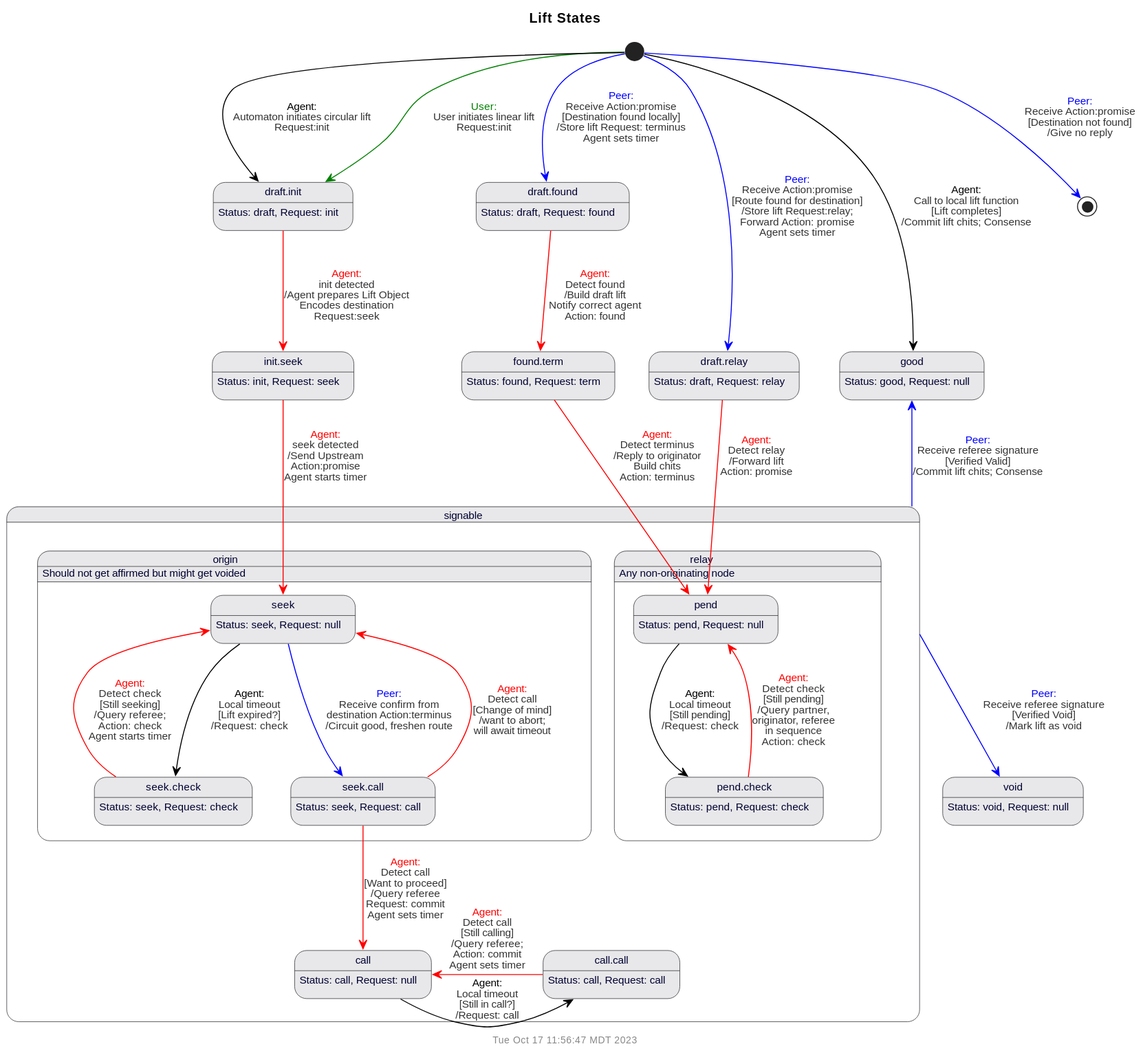
Before: doc/uml/state-lift.svg, a diagram exported from PlantUML (gotchoices/MyCHIPs).
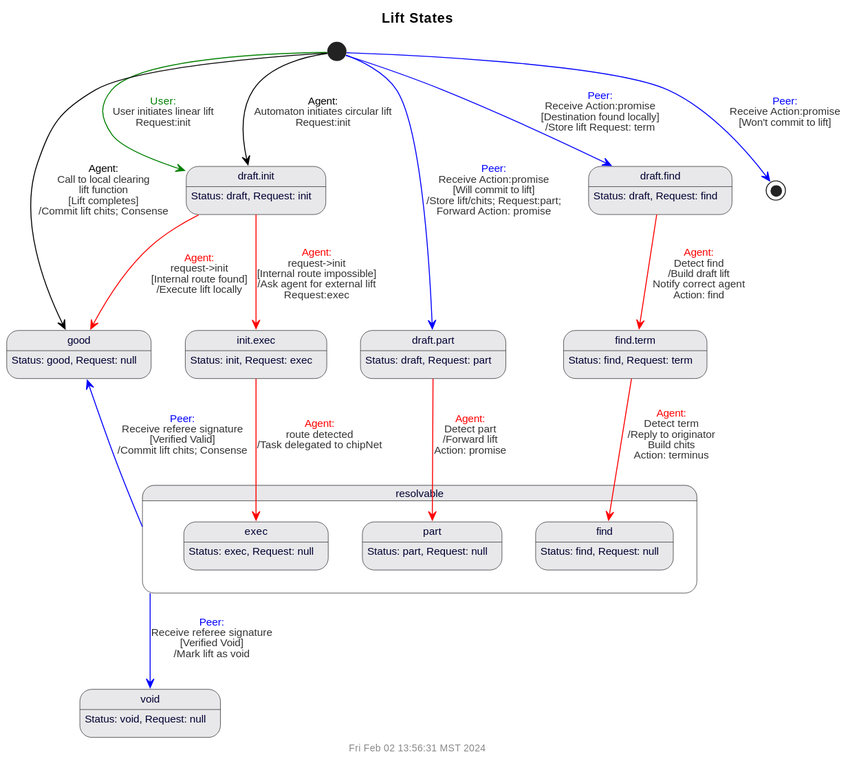
The same file after the commit.

What changed in the source:
```diff
@@ -3,68 +3,43 @@
 
 $title(Lift States)
 state "draft.init" as draftInit
-state "init.seek" as initSeek
-state "draft.relay" as draftRelay
-state "draft.found" as draftFound
-state "found.term" as foundTerm
-state signable {
-  state origin {
-    state seek
-    state "seek.check" as seekCheck
-    state "seek.call" as seekCall
-  }
-  state call
-  state "call.call" as callCall
-  state relay {
-    state pend
-    state "pend.check" as pendCheck
-  }
+state "init.exec" as initExec
+state "draft.part" as draftPart
+state "draft.find" as draftFind
+state "find.term" as findTerm
+state resolvable {
+  state exec
+  state part
+  state find
 }
 
 draftInit: Status: draft, Request: init
-initSeek: Status: init, Request: seek
-draftFound:  Status: draft, Request: found
-foundTerm:  Status: found, Request: term
-draftRelay:  Status: draft, Request: relay
-seek:  Status: seek, Request: null
-seekCheck:  Status: seek, Request: check
-seekCall:  Status: seek, Request: call
-call:  Status: call, Request: null
-callCall:  Status: call, Request: call
+initExec: Status: init, Request: exec
+draftFind:  Status: draft, Request: find
+findTerm:  Status: find, Request: term
+draftPart:  Status: draft, Request: part
+exec:  Status: exec, Request: null
 good:  Status: good, Request: null
-pend:  Status: pend, Request: null
+part:  Status: part, Request: null
+find:  Status: find, Request: null
 void:  Status: void, Request: null
-pendCheck:  Status: pend, Request: check
-origin: Should not get affirmed but might get voided
-relay: Any non-originating node
 
 [*] -[$user]-> draftInit: $trans($user,User initiates linear lift\nRequest:init,'')
 [*] --> draftInit: $trans(Agent,Automaton initiates circular lift\nRequest:init,'')
-draftInit -[$db]-> initSeek: $trans($db, init detected, '', Agent prepares Lift Object\nEncodes destination\nRequest:seek)
-initSeek -[$db]-> seek: $trans($db, seek detected,'',Send Upstream\nAction:promise\nAgent starts timer)
+draftInit -[$db]-> good: $trans($db, request->init, 'Internal route found', Execute lift locally)
+draftInit -[$db]-> initExec: $trans($db, request->init, 'Internal route impossible', Ask agent for external lift\nRequest:exec)
+initExec -[$db]-> exec: $trans($db, route detected,'',Task delegated to chipNet)
 
-seek -[$peer]-> seekCall: $trans($peer,'Receive confirm from\ndestination Action:terminus','', 'Circuit good, freshen route')
-seekCall -[$db]-> seek: $trans($db,Detect call, Change of mind, want to abort;\nwill await timeout)
-seekCall -[$db]-> call: $trans($db,Detect call, Want to proceed, Query referee\nRequest: commit\nAgent sets timer)
-call -right-> callCall: $trans(Agent, Local timeout, Still in call?, Request: call)
-callCall -left[$db]-> call: $trans($db,Detect call, Still calling, Query referee;\nAction: commit\nAgent sets timer)
+[*] -[$peer]-> [*]: $trans($peer,Receive Action:promise, Won't commit to lift)
+[*] -[$peer]-> draftPart: $trans($peer,Receive Action:promise,Will commit to lift, 'Store lift/chits; Request:part;\nForward Action: promise')
+[*] -[$peer]-> draftFind: $trans($peer,Receive Action:promise,Destination found locally, 'Store lift Request: term')
 
-seek --> seekCheck: $trans(Agent,Local timeout,Lift expired?, Request: check)
-seekCheck -[$db]-> seek: $trans($db,Detect check, Still seeking, Query referee;\nAction: check\nAgent starts timer)
+draftFind -[$db]-> findTerm: $trans($db,Detect find,'', Build draft lift\nNotify correct agent\nAction: find)
+findTerm -[$db]-> find: $trans($db,Detect term,'', Reply to originator\nBuild chits\nAction: terminus)
+draftPart -[$db]-> part: $trans($db,Detect part,'', Forward lift\nAction: promise)
 
-[*] -[$peer]-> [*]: $trans($peer,Receive Action:promise, Destination not found, Give no reply)
-[*] -[$peer]-> draftRelay: $trans($peer,Receive Action:promise,Route found for destination, 'Store lift Request:relay;\nForward Action: promise\nAgent sets timer')
-[*] -[$peer]-> draftFound: $trans($peer,Receive Action:promise,Destination found locally, 'Store lift Request: terminus\nAgent sets timer')
+[*] --> good: $trans(Agent, Call to local clearing\nlift function, Lift completes, Commit lift chits; Consense)
 
-draftFound -[$db]-> foundTerm: $trans($db,Detect found,'', Build draft lift\nNotify correct agent\nAction: found)
-foundTerm -[$db]-> pend: $trans($db,Detect terminus,'', Reply to originator\nBuild chits\nAction: terminus)
-draftRelay -[$db]-> pend: $trans($db,Detect relay,'', Forward lift\nAction: promise)
-
-pend --> pendCheck: $trans(Agent, Local timeout, Still pending, Request: check)
-pendCheck -[$db]-> pend: $trans($db, Detect check, Still pending, 'Query partner,\noriginator, referee\nin sequence\nAction: check')
-
-[*] --> good: $trans(Agent, Call to local lift function, Lift completes, Commit lift chits; Consense)
-
-signable -up[$peer]-> good: $trans($peer,Receive referee signature, Verified Valid, Commit lift chits; Consense)
-signable -[$peer]-> void: $trans($peer,Receive referee signature, Verified Void, Mark lift as void)
+resolvable -up[$peer]-> good: $trans($peer,Receive referee signature, Verified Valid, Commit lift chits; Consense)
+resolvable -[$peer]-> void: $trans($peer,Receive referee signature, Verified Void, Mark lift as void)
 @enduml
```
